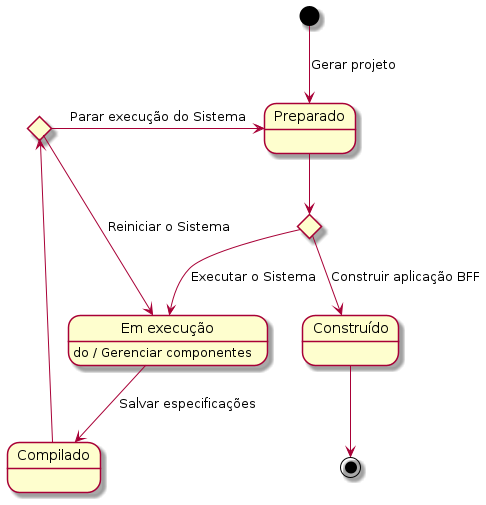
This is Artefatos/Diagramas/Estado/app-state.png from ICEI-PUC-Minas-PPLES-TI/plf-es-2022-1-tcci-5308100-dev-marlon-silva, a PlantUML export, as it was before one commit. Its diagram source:
```plantuml
@startuml app-state

state "Preparado" as prepared
state "Em execução" as running
state "Compilado" as compiled
state "Construído" as built

state init <<choice>>
state stop <<choice>>

[*] --> prepared : Gerar projeto

prepared --> init
init --> running : Executar o Sistema
running --> compiled : Salvar especificações

compiled --> stop
stop --> running : Reiniciar o Sistema
stop -> prepared : Parar execução do Sistema
init --> built : Construir aplicação BFF
built --> [*]

running : do / Gerenciar componentes

@enduml
```
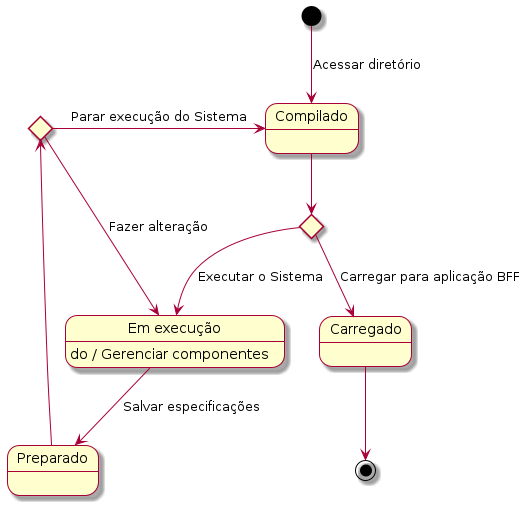
The same diagram one commit later.

Commit message:
Atualizando diagrama de estados

Change to the diagram source:
```diff
@@ -1,23 +1,24 @@
 @startuml app-state
+skin rose
 
+state "Compilado" as compiled
+state "Em execução" as running
 state "Preparado" as prepared
-state "Em execução" as running
-state "Compilado" as compiled
-state "Construído" as built
+state "Carregado" as built
 
 state init <<choice>>
 state stop <<choice>>
 
-[*] --> prepared : Gerar projeto
+[*] --> compiled : Acessar diretório
 
-prepared --> init
+compiled --> init
 init --> running : Executar o Sistema
-running --> compiled : Salvar especificações
+running --> prepared : Salvar especificações
 
-compiled --> stop
-stop --> running : Reiniciar o Sistema
-stop -> prepared : Parar execução do Sistema
-init --> built : Construir aplicação BFF
+prepared --> stop
+stop --> running : Fazer alteração
+stop -> compiled : Parar execução do Sistema
+init --> built : Carregar para aplicação BFF
 built --> [*]
 
 running : do / Gerenciar componentes
```
